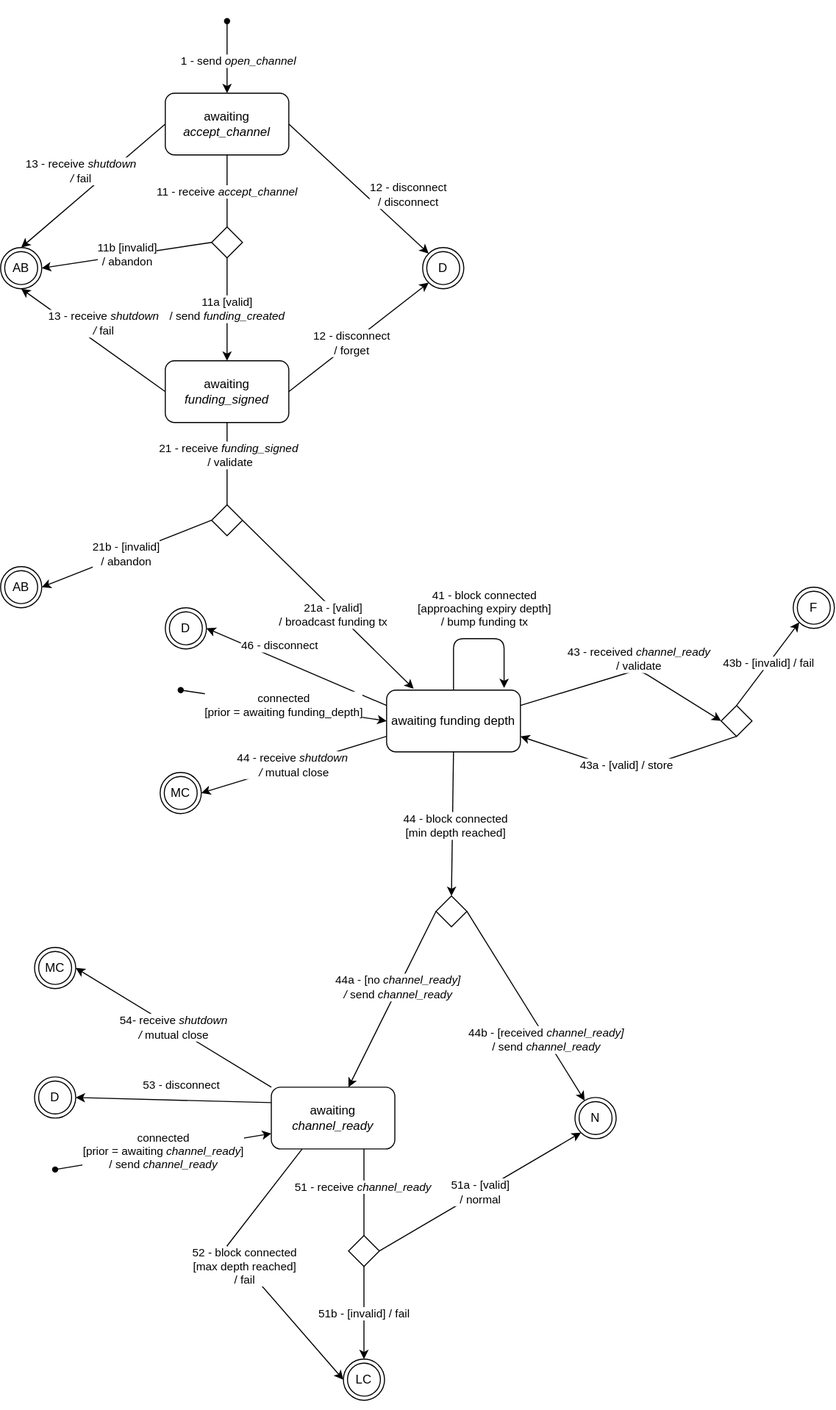
Above: docs/ConnectedFunderOpenChannel.svg in node-lightning/node-lightning (draw.io), before the change. Source tidied: cells renumbered, new cells last; positions are measured from the earlier drawing's top-left corner, leaving out a move shared by most shapes.
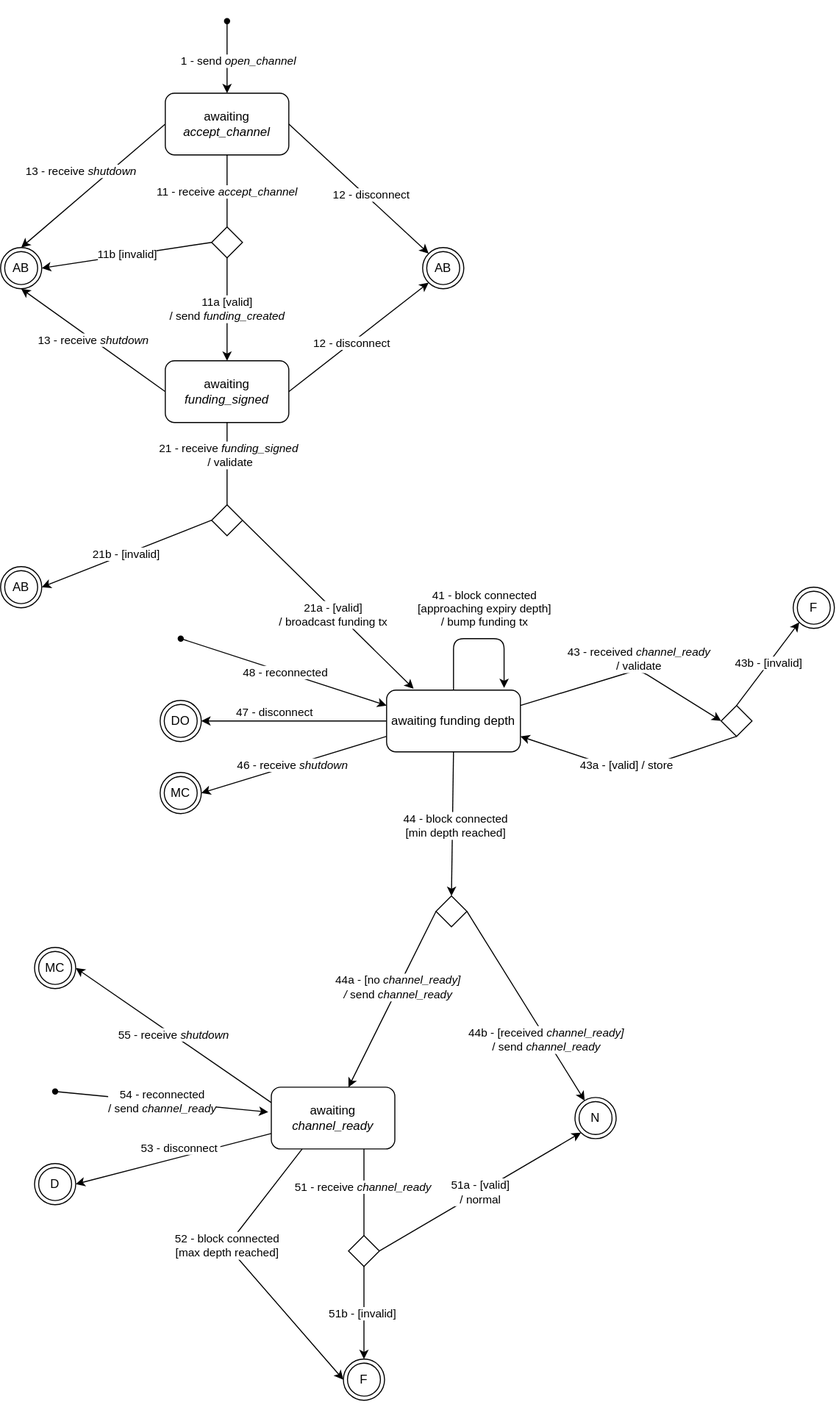
Above is the later version.

Commit message:
docs: transition notes for ConnectedFunderChannelOpen

Change to the diagram source:
```diff
@@ -10,18 +10,18 @@
         <mxPoint x="7" y="-3" as="offset" />
       </mxGeometry>
     </mxCell>
-    <mxCell id="4" value="11b [invalid]&lt;br&gt;/ abandon" style="rounded=0;jettySize=auto;html=1;entryX=1;entryY=0.5;entryDx=0;entryDy=0;exitX=0;exitY=0.5;exitDx=0;exitDy=0;" parent="1" edge="1" source="35" target="25">
+    <mxCell id="4" value="11b [invalid]" style="rounded=0;jettySize=auto;html=1;entryX=1;entryY=0.5;entryDx=0;entryDy=0;exitX=0;exitY=0.5;exitDx=0;exitDy=0;" parent="1" edge="1" source="35" target="25">
       <mxGeometry relative="1" as="geometry" />
     </mxCell>
     <mxCell id="5" style="rounded=0;jettySize=auto;html=1;exitX=1;exitY=0.5;exitDx=0;exitDy=0;entryX=0;entryY=0;entryDx=0;entryDy=0;" parent="1" edge="1" source="8" target="60">
       <mxGeometry relative="1" as="geometry" />
     </mxCell>
-    <mxCell id="6" value="12 - disconnect &lt;br&gt;/ disconnect" style="edgeLabel;html=1;align=center;verticalAlign=middle;" parent="5" vertex="1">
+    <mxCell id="6" value="12 - disconnect" style="edgeLabel;html=1;align=center;verticalAlign=middle;" parent="5" vertex="1">
       <mxGeometry x="-0.71" y="-13" relative="1" as="geometry">
-        <mxPoint x="105" y="41" as="offset" />
+        <mxPoint x="69" y="41" as="offset" />
       </mxGeometry>
     </mxCell>
-    <mxCell id="7" value="13 - receive &lt;i&gt;shutdown&lt;br&gt;/ &lt;/i&gt;fail" style="rounded=0;jettySize=auto;html=1;exitX=0;exitY=0.5;exitDx=0;exitDy=0;entryX=0.5;entryY=0;entryDx=0;entryDy=0;" parent="1" edge="1" source="8" target="25">
+    <mxCell id="7" value="13 - receive &lt;i&gt;shutdown&lt;br&gt;&lt;/i&gt;" style="rounded=0;jettySize=auto;html=1;exitX=0;exitY=0.5;exitDx=0;exitDy=0;entryX=0.5;entryY=0;entryDx=0;entryDy=0;" parent="1" edge="1" source="8" target="25">
       <mxGeometry y="-18" relative="1" as="geometry" />
     </mxCell>
     <mxCell id="8" value="awaiting &lt;i&gt;accept_channel&lt;/i&gt;" style="rounded=1;whiteSpace=wrap;html=1;" parent="1" vertex="1">
@@ -35,19 +35,19 @@
         </Array>
       </mxGeometry>
     </mxCell>
-    <mxCell id="10" value="21b - [invalid]&lt;br&gt;/ abandon" style="rounded=0;jettySize=auto;html=1;exitX=0;exitY=0.5;exitDx=0;exitDy=0;entryX=1;entryY=0.5;entryDx=0;entryDy=0;" parent="1" edge="1" source="37" target="48">
+    <mxCell id="10" value="21b - [invalid]" style="rounded=0;jettySize=auto;html=1;exitX=0;exitY=0.5;exitDx=0;exitDy=0;entryX=1;entryY=0.5;entryDx=0;entryDy=0;" parent="1" edge="1" source="37" target="48">
       <mxGeometry relative="1" as="geometry" />
     </mxCell>
     <mxCell id="11" style="jettySize=auto;html=1;exitX=1;exitY=0.5;exitDx=0;exitDy=0;entryX=0;entryY=1;entryDx=0;entryDy=0;" parent="1" edge="1" source="14" target="60">
       <mxGeometry relative="1" as="geometry" />
     </mxCell>
-    <mxCell id="12" value="12 - disconnect&lt;br&gt;/ forget" style="edgeLabel;html=1;align=center;verticalAlign=middle;" parent="11" vertex="1">
+    <mxCell id="12" value="12 - disconnect" style="edgeLabel;html=1;align=center;verticalAlign=middle;" parent="11" vertex="1">
       <mxGeometry x="-0.29" y="5" relative="1" as="geometry">
         <mxPoint x="15" y="-6" as="offset" />
       </mxGeometry>
     </mxCell>
-    <mxCell id="13" value="13 - receive &lt;i&gt;shutdown &lt;br&gt;/ &lt;/i&gt;fail" style="edgeStyle=none;rounded=0;jettySize=auto;html=1;exitX=0;exitY=0.5;exitDx=0;exitDy=0;entryX=0.5;entryY=1;entryDx=0;entryDy=0;" parent="1" edge="1" source="14" target="25">
-      <mxGeometry x="0.02" y="-19" relative="1" as="geometry" />
+    <mxCell id="13" value="13 - receive &lt;i&gt;shutdown&lt;br&gt;&lt;/i&gt;" style="edgeStyle=none;rounded=0;jettySize=auto;html=1;exitX=0;exitY=0.5;exitDx=0;exitDy=0;entryX=0.5;entryY=1;entryDx=0;entryDy=0;" parent="1" edge="1" source="14" target="25">
+      <mxGeometry relative="1" as="geometry" />
     </mxCell>
     <mxCell id="14" value="awaiting&lt;br&gt;&lt;i&gt;funding_signed&lt;/i&gt;" style="whiteSpace=wrap;html=1;rounded=1;" parent="1" vertex="1">
       <mxGeometry x="160" y="350" width="120" height="60" as="geometry" />
@@ -55,12 +55,12 @@
     <mxCell id="15" value="21a - [valid]&lt;br&gt;/ broadcast funding tx" style="jettySize=auto;html=1;exitX=1;exitY=0.5;exitDx=0;exitDy=0;entryX=0.202;entryY=-0.022;entryDx=0;entryDy=0;entryPerimeter=0;" parent="1" edge="1" source="37" target="23">
       <mxGeometry x="0.09" y="-4" relative="1" as="geometry" />
     </mxCell>
-    <mxCell id="16" style="edgeStyle=none;jettySize=auto;html=1;exitX=0;exitY=0.25;exitDx=0;exitDy=0;elbow=vertical;entryX=1;entryY=0.5;entryDx=0;entryDy=0;" parent="1" edge="1" source="23" target="49">
+    <mxCell id="16" style="edgeStyle=none;jettySize=auto;html=1;exitX=0;exitY=0.5;exitDx=0;exitDy=0;elbow=vertical;entryX=1;entryY=0.5;entryDx=0;entryDy=0;" parent="1" edge="1" source="23" target="49">
       <mxGeometry relative="1" as="geometry" />
     </mxCell>
-    <mxCell id="17" value="46 - disconnect" style="edgeLabel;html=1;align=center;verticalAlign=middle;" parent="16" vertex="1">
+    <mxCell id="17" value="47 - disconnect" style="edgeLabel;html=1;align=center;verticalAlign=middle;" parent="16" vertex="1">
       <mxGeometry x="0.17" y="-3" relative="1" as="geometry">
-        <mxPoint x="-4" y="-12" as="offset" />
+        <mxPoint x="-4" y="-6" as="offset" />
       </mxGeometry>
     </mxCell>
     <mxCell id="18" value="43a - [valid] / store" style="edgeStyle=none;jettySize=auto;html=1;exitX=0.5;exitY=1;exitDx=0;exitDy=0;entryX=1;entryY=0.75;entryDx=0;entryDy=0;elbow=vertical;startArrow=none;" parent="1" edge="1" source="45" target="23">
@@ -70,7 +70,7 @@
         </Array>
       </mxGeometry>
     </mxCell>
-    <mxCell id="19" value="44 - receive &lt;i&gt;shutdown&amp;nbsp;&lt;br&gt;/ &lt;/i&gt;mutual close" style="edgeStyle=none;rounded=0;jettySize=auto;html=1;exitX=0;exitY=0.75;exitDx=0;exitDy=0;entryX=1;entryY=0.5;entryDx=0;entryDy=0;" parent="1" edge="1" source="23" target="51">
+    <mxCell id="19" value="46 - receive &lt;i&gt;shutdown&amp;nbsp;&lt;br&gt;&lt;/i&gt;" style="edgeStyle=none;rounded=0;jettySize=auto;html=1;exitX=0;exitY=0.75;exitDx=0;exitDy=0;entryX=1;entryY=0.5;entryDx=0;entryDy=0;" parent="1" edge="1" source="23" target="51">
       <mxGeometry relative="1" as="geometry" />
     </mxCell>
     <mxCell id="20" value="44b - [received &lt;i&gt;channel_ready]&lt;/i&gt;&lt;br&gt;/ send &lt;i&gt;channel_ready&lt;/i&gt;" style="rounded=0;jettySize=auto;html=1;exitX=1;exitY=0.5;exitDx=0;exitDy=0;" parent="1" edge="1" source="55" target="52">
@@ -94,7 +94,7 @@
     <mxCell id="25" value="AB" style="ellipse;shape=doubleEllipse;whiteSpace=wrap;html=1;" parent="1" vertex="1">
       <mxGeometry y="240" width="40" height="40" as="geometry" />
     </mxCell>
-    <mxCell id="26" style="edgeStyle=none;jettySize=auto;html=1;exitX=0;exitY=0.25;exitDx=0;exitDy=0;entryX=1;entryY=0.5;entryDx=0;entryDy=0;elbow=vertical;" parent="1" edge="1" source="32" target="50">
+    <mxCell id="26" style="edgeStyle=none;jettySize=auto;html=1;exitX=0;exitY=0.75;exitDx=0;exitDy=0;entryX=1;entryY=0.5;entryDx=0;entryDy=0;elbow=vertical;" parent="1" edge="1" source="32" target="50">
       <mxGeometry relative="1" as="geometry" />
     </mxCell>
     <mxCell id="27" value="53 - disconnect&amp;nbsp;" style="edgeLabel;html=1;align=center;verticalAlign=middle;" parent="26" vertex="1">
@@ -105,14 +105,14 @@
     <mxCell id="28" value="51a - [valid]&lt;br&gt;/ normal" style="edgeStyle=none;jettySize=auto;html=1;exitX=1;exitY=0.5;exitDx=0;exitDy=0;entryX=0;entryY=1;entryDx=0;entryDy=0;elbow=vertical;startArrow=none;" parent="1" edge="1" source="40" target="52">
       <mxGeometry relative="1" as="geometry" />
     </mxCell>
-    <mxCell id="29" value="54- receive &lt;i&gt;shutdown&lt;br&gt;/ &lt;/i&gt;mutual close" style="rounded=0;jettySize=auto;html=1;exitX=0;exitY=0;exitDx=0;exitDy=0;entryX=1;entryY=0.5;entryDx=0;entryDy=0;" parent="1" edge="1" source="32" target="62">
+    <mxCell id="29" value="55 - receive &lt;i&gt;shutdown&lt;br&gt;&lt;/i&gt;" style="rounded=0;jettySize=auto;html=1;exitX=0;exitY=0.25;exitDx=0;exitDy=0;entryX=1;entryY=0.5;entryDx=0;entryDy=0;" parent="1" edge="1" source="32" target="62">
       <mxGeometry relative="1" as="geometry" />
     </mxCell>
-    <mxCell id="30" value="51b - [invalid] / fail" style="edgeStyle=none;rounded=0;jettySize=auto;html=1;exitX=0.5;exitY=1;exitDx=0;exitDy=0;entryX=0.5;entryY=0;entryDx=0;entryDy=0;" parent="1" edge="1" source="40" target="43">
+    <mxCell id="30" value="51b - [invalid]&amp;nbsp;" style="edgeStyle=none;rounded=0;jettySize=auto;html=1;exitX=0.5;exitY=1;exitDx=0;exitDy=0;entryX=0.5;entryY=0;entryDx=0;entryDy=0;" parent="1" edge="1" source="40" target="43">
       <mxGeometry relative="1" as="geometry" />
     </mxCell>
-    <mxCell id="31" value="52 - block connected&lt;br&gt;[max depth reached]&lt;br&gt;/ fail" style="rounded=0;jettySize=auto;html=1;exitX=0.25;exitY=1;exitDx=0;exitDy=0;entryX=0;entryY=0.5;entryDx=0;entryDy=0;" parent="1" edge="1" source="32" target="43">
-      <mxGeometry relative="1" as="geometry">
+    <mxCell id="31" value="52 - block connected&lt;br&gt;[max depth reached]" style="rounded=0;jettySize=auto;html=1;exitX=0.25;exitY=1;exitDx=0;exitDy=0;entryX=0;entryY=0.5;entryDx=0;entryDy=0;" parent="1" edge="1" source="32" target="43">
+      <mxGeometry x="-0.18" relative="1" as="geometry">
         <Array as="points">
           <mxPoint x="220" y="1210" />
         </Array>
@@ -158,10 +158,10 @@
     <mxCell id="42" value="51 - receive &lt;i&gt;channel_ready&lt;/i&gt;" style="edgeLabel;html=1;align=center;verticalAlign=middle;" parent="41" vertex="1">
       <mxGeometry x="-0.13" y="-2" relative="1" as="geometry" />
     </mxCell>
-    <mxCell id="43" value="LC" style="ellipse;shape=doubleEllipse;whiteSpace=wrap;html=1;" parent="1" vertex="1">
+    <mxCell id="43" value="F" style="ellipse;shape=doubleEllipse;whiteSpace=wrap;html=1;" parent="1" vertex="1">
       <mxGeometry x="333" y="1320" width="40" height="40" as="geometry" />
     </mxCell>
-    <mxCell id="44" value="43b - [invalid] / fail" style="rounded=0;jettySize=auto;html=1;exitX=0.5;exitY=0;exitDx=0;exitDy=0;entryX=0;entryY=1;entryDx=0;entryDy=0;" parent="1" edge="1" source="45" target="61">
+    <mxCell id="44" value="43b - [invalid]" style="rounded=0;jettySize=auto;html=1;exitX=0.5;exitY=0;exitDx=0;exitDy=0;entryX=0;entryY=1;entryDx=0;entryDy=0;" parent="1" edge="1" source="45" target="61">
       <mxGeometry relative="1" as="geometry" />
     </mxCell>
     <mxCell id="45" style="rhombus;whiteSpace=wrap;html=1;" parent="1" vertex="1">
@@ -181,11 +181,11 @@
     <mxCell id="48" value="AB" style="ellipse;shape=doubleEllipse;whiteSpace=wrap;html=1;" parent="1" vertex="1">
       <mxGeometry y="550" width="40" height="40" as="geometry" />
     </mxCell>
-    <mxCell id="49" value="D" style="ellipse;shape=doubleEllipse;whiteSpace=wrap;html=1;" parent="1" vertex="1">
-      <mxGeometry x="160" y="590" width="40" height="40" as="geometry" />
+    <mxCell id="49" value="DO" style="ellipse;shape=doubleEllipse;whiteSpace=wrap;html=1;" parent="1" vertex="1">
+      <mxGeometry x="155" y="680" width="40" height="40" as="geometry" />
     </mxCell>
     <mxCell id="50" value="D" style="ellipse;shape=doubleEllipse;whiteSpace=wrap;html=1;" parent="1" vertex="1">
-      <mxGeometry x="33" y="1045.9" width="40" height="40" as="geometry" />
+      <mxGeometry x="33" y="1130" width="40" height="40" as="geometry" />
     </mxCell>
     <mxCell id="51" value="MC" style="ellipse;shape=doubleEllipse;whiteSpace=wrap;html=1;" parent="1" vertex="1">
       <mxGeometry x="155" y="750" width="40" height="40" as="geometry" />
@@ -202,19 +202,21 @@
     <mxCell id="55" style="rhombus;whiteSpace=wrap;html=1;" parent="1" vertex="1">
       <mxGeometry x="423" y="870" width="30" height="30" as="geometry" />
     </mxCell>
-    <mxCell id="56" value="connected&lt;br&gt;[prior = awaiting funding_depth]" style="edgeStyle=none;rounded=0;jettySize=auto;html=1;entryX=0;entryY=0.5;entryDx=0;entryDy=0;" parent="1" edge="1" source="57" target="23">
+    <mxCell id="56" value="&amp;nbsp;48 - reconnected" style="edgeStyle=none;rounded=0;jettySize=auto;html=1;entryX=0;entryY=0.25;entryDx=0;entryDy=0;" parent="1" edge="1" source="57" target="23">
       <mxGeometry relative="1" as="geometry" />
     </mxCell>
     <mxCell id="57" style="shape=waypoint;sketch=0;fillStyle=solid;size=6;points=[];fillColor=none;perimeter=centerPerimeter;snapToPoint=1;" parent="1" vertex="1">
-      <mxGeometry x="155" y="650" width="40" height="40" as="geometry" />
+      <mxGeometry x="155" y="600" width="40" height="40" as="geometry" />
     </mxCell>
-    <mxCell id="58" value="connected&lt;br&gt;[prior = awaiting &lt;i&gt;channel_ready&lt;/i&gt;]&lt;br&gt;/ send &lt;i&gt;channel_ready&lt;/i&gt;" style="edgeStyle=none;rounded=0;jettySize=auto;html=1;entryX=0;entryY=0.75;entryDx=0;entryDy=0;" parent="1" edge="1" source="59" target="32">
-      <mxGeometry relative="1" as="geometry" />
+    <mxCell id="58" value="54 - reconnected&lt;br&gt;/ send &lt;i&gt;channel_ready&lt;/i&gt;" style="edgeStyle=none;rounded=0;jettySize=auto;html=1;exitX=0.489;exitY=1.022;exitDx=0;exitDy=0;exitPerimeter=0;" parent="1" edge="1" source="59">
+      <mxGeometry relative="1" as="geometry">
+        <mxPoint x="260" y="1080" as="targetPoint" />
+      </mxGeometry>
     </mxCell>
     <mxCell id="59" style="shape=waypoint;sketch=0;fillStyle=solid;size=6;points=[];fillColor=none;perimeter=centerPerimeter;snapToPoint=1;" parent="1" vertex="1">
-      <mxGeometry x="33" y="1115.9" width="40" height="40" as="geometry" />
+      <mxGeometry x="33" y="1040" width="40" height="40" as="geometry" />
     </mxCell>
-    <mxCell id="60" value="D" style="ellipse;shape=doubleEllipse;whiteSpace=wrap;html=1;" parent="1" vertex="1">
+    <mxCell id="60" value="AB" style="ellipse;shape=doubleEllipse;whiteSpace=wrap;html=1;" parent="1" vertex="1">
       <mxGeometry x="410" y="240" width="40" height="40" as="geometry" />
     </mxCell>
     <mxCell id="61" value="F" style="ellipse;shape=doubleEllipse;whiteSpace=wrap;html=1;" parent="1" vertex="1">
```
